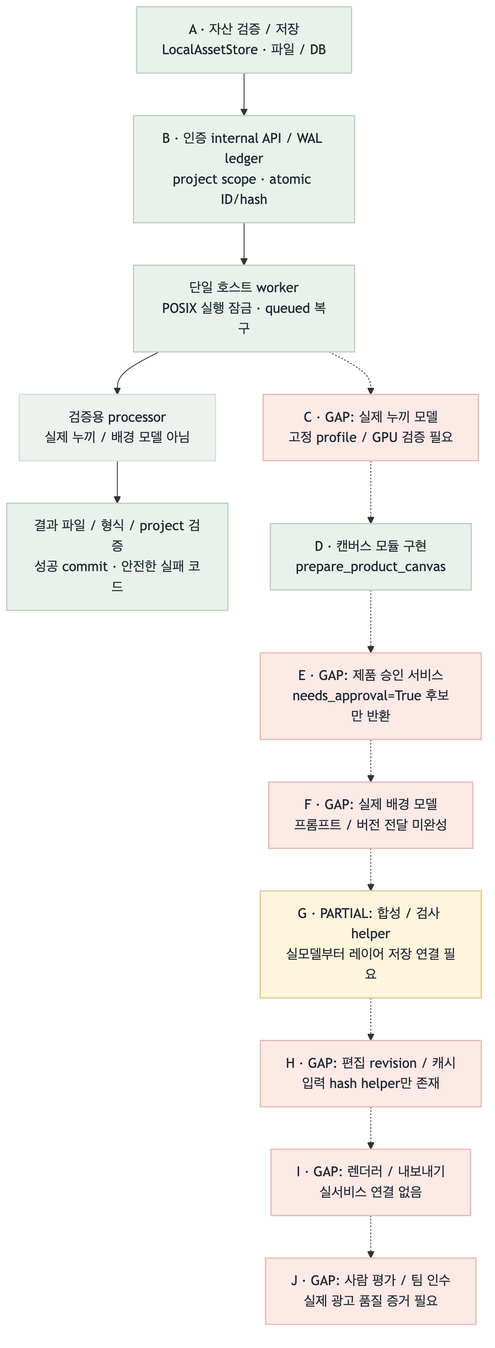
uyt5041-lab/beauty-ai-models keeps this Mermaid diagram as fivecircles/architecture/spec/image-runtime-current-flow.png. Above is the earlier version. Its source is kept beside it as fivecircles/architecture/spec/image-runtime-current-flow.mmd.
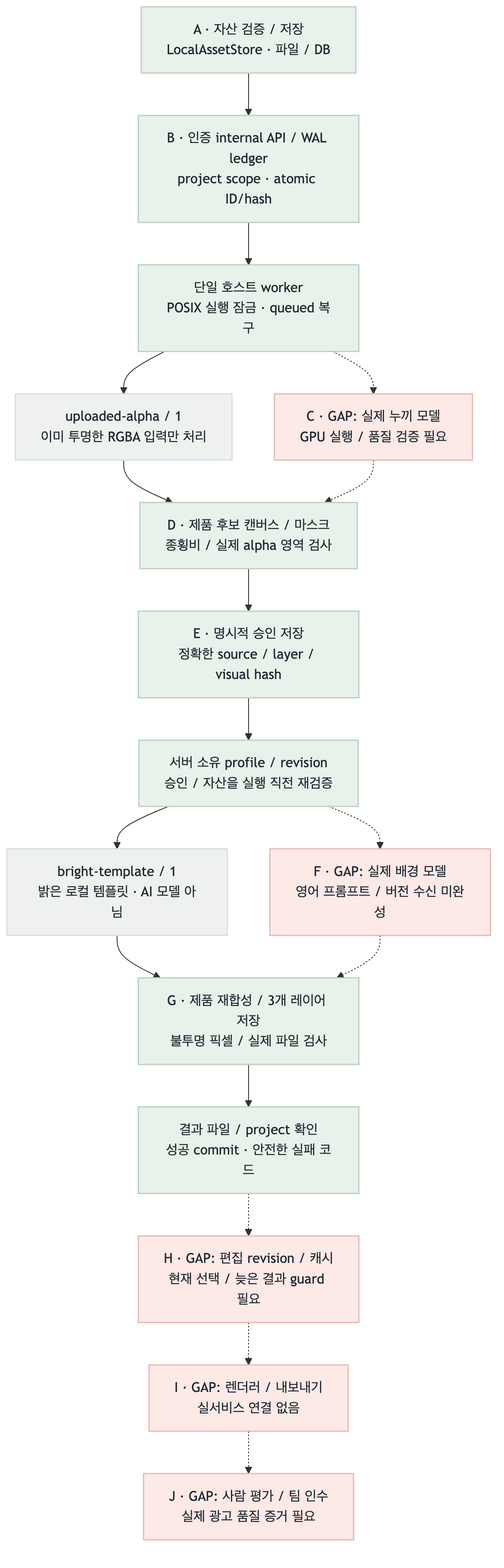
The same file after the commit.

Change to the diagram source:
```diff
@@ -2,19 +2,22 @@
     A["A · 자산 검증 / 저장<br/>LocalAssetStore · 파일 / DB"]:::green
     B["B · 인증 internal API / WAL ledger<br/>project scope · atomic ID/hash"]:::green
     W["단일 호스트 worker<br/>POSIX 실행 잠금 · queued 복구"]:::green
-    T["검증용 processor<br/>실제 누끼 / 배경 모델 아님"]:::gray
-    R["결과 파일 / 형식 / project 검증<br/>성공 commit · 안전한 실패 코드"]:::green
-    C["C · GAP: 실제 누끼 모델<br/>고정 profile / GPU 검증 필요"]:::red
-    D["D · 캔버스 모듈 구현<br/>prepare_product_canvas"]:::green
-    E["E · GAP: 제품 승인 서비스<br/>needs_approval=True 후보만 반환"]:::red
-    F["F · GAP: 실제 배경 모델<br/>프롬프트 / 버전 전달 미완성"]:::red
-    G["G · PARTIAL: 합성 / 검사 helper<br/>실모델부터 레이어 저장 연결 필요"]:::amber
-    H["H · GAP: 편집 revision / 캐시<br/>입력 hash helper만 존재"]:::red
+    U["uploaded-alpha / 1<br/>이미 투명한 RGBA 입력만 처리"]:::gray
+    C["C · GAP: 실제 누끼 모델<br/>GPU 실행 / 품질 검증 필요"]:::red
+    D["D · 제품 후보 캔버스 / 마스크<br/>종횡비 / 실제 alpha 영역 검사"]:::green
+    E["E · 명시적 승인 저장<br/>정확한 source / layer / visual hash"]:::green
+    P["서버 소유 profile / revision<br/>승인 / 자산을 실행 직전 재검증"]:::green
+    T["bright-template / 1<br/>밝은 로컬 템플릿 · AI 모델 아님"]:::gray
+    F["F · GAP: 실제 배경 모델<br/>영어 프롬프트 / 버전 수신 미완성"]:::red
+    G["G · 제품 재합성 / 3개 레이어 저장<br/>불투명 픽셀 / 실제 파일 검사"]:::green
+    R["결과 파일 / project 확인<br/>성공 commit · 안전한 실패 코드"]:::green
+    H["H · GAP: 편집 revision / 캐시<br/>현재 선택 / 늦은 결과 guard 필요"]:::red
     I["I · GAP: 렌더러 / 내보내기<br/>실서비스 연결 없음"]:::red
     J["J · GAP: 사람 평가 / 팀 인수<br/>실제 광고 품질 증거 필요"]:::red
-    A --> B --> W
-    W --> T --> R
-    W -.-> C -.-> D -.-> E -.-> F -.-> G -.-> H -.-> I -.-> J
+    A --> B --> W --> U --> D --> E --> P --> T --> G --> R
+    W -.-> C -.-> D
+    P -.-> F -.-> G
+    R -.-> H -.-> I -.-> J
 classDef green fill:#e8f2ea,stroke:#bdd1c2,color:#1f2933,stroke-width:1.5px
 classDef blue fill:#e8f0f7,stroke:#c2d3e0,color:#1f2933,stroke-width:1.5px
 classDef amber fill:#fff4dc,stroke:#e7c88f,color:#1f2933,stroke-width:1.5px
```
